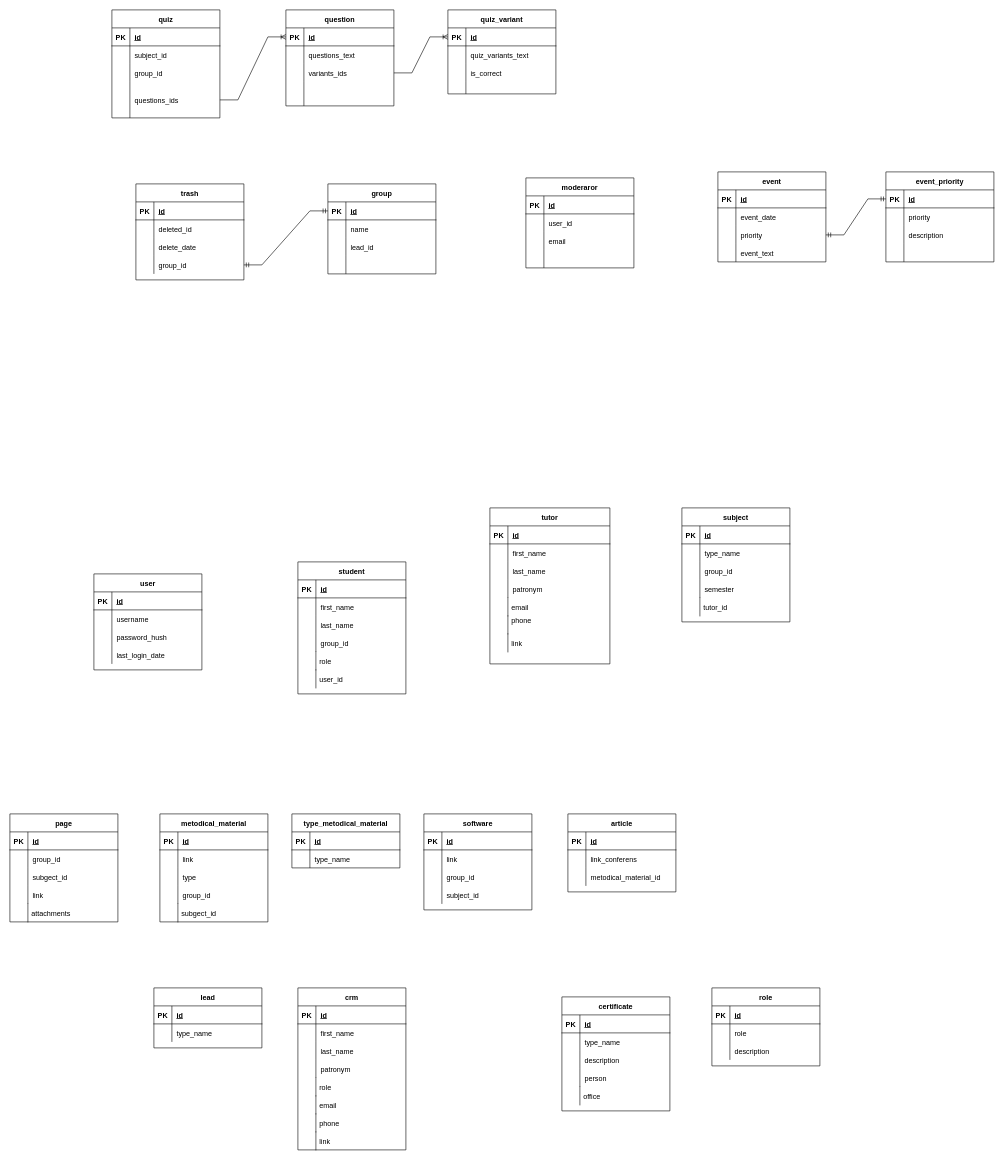
student-archive/backend keeps this draw.io diagram as Untitled Diagram.drawio. Above is the earlier version. Source tidied: cells renumbered, new cells numbered last; positions are measured from the earlier drawing's top-left corner, leaving out a move shared by most shapes. Both pictures are drawn from the tidied source at 60%, with x=0, y=0 at pixel (10, 10).
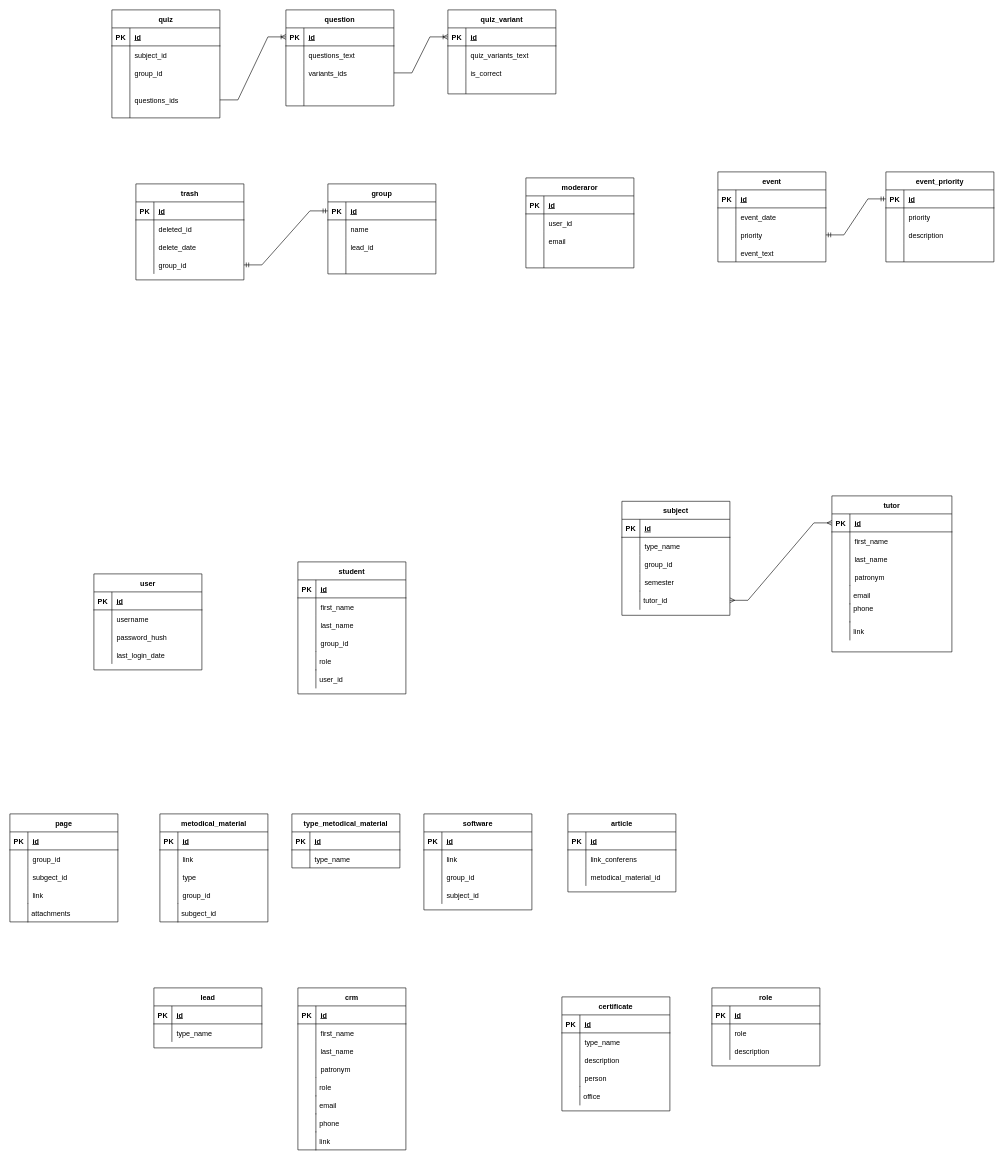
Above is the later version.

Commit message:
feat(databases): add relationships b/w tutor and subject

The change refers to these unchanged cells:
```xml
<mxCell id="262" style="shape=tableRow;horizontal=0;startSize=0;swimlaneHead=0;swimlaneBody=0;fillColor=none;points=[[0,0.5],[1,0.5]];portConstraint=eastwest;top=0;left=0;right=0;bottom=1;" parent="261" vertex="1">
  <mxGeometry y="30" width="200" height="30" as="geometry" />
</mxCell>
```

Diff of the diagram source:
```diff
@@
     <mxCell id="222" style="group;" parent="1" vertex="1">
-      <mxGeometry x="1120" y="830" width="180" height="190" as="geometry" />
+      <mxGeometry x="1020" y="819" width="180" height="190" as="geometry" />
     </mxCell>
@@
     <mxCell id="236" value="tutor_id" style="shape=partialRectangle;fillColor=none;align=left;verticalAlign=middle;strokeColor=none;spacingLeft=34;points=[[0,0.5],[1,0.5]];portConstraint=eastwest;" parent="222" vertex="1">
-      <mxGeometry y="150" width="90" height="30" as="geometry" />
+      <mxGeometry y="150" width="180" height="30" as="geometry" />
     </mxCell>
@@
     <mxCell id="254" style="group;" parent="1" vertex="1">
-      <mxGeometry x="800" y="830" width="200" height="260" as="geometry" />
+      <mxGeometry x="1370" y="810" width="200" height="260" as="geometry" />
     </mxCell>
@@
+    <mxCell id="297" style="edgeStyle=entityRelationEdgeStyle;fontSize=12;html=1;endArrow=ERmany;startArrow=ERmany;rounded=0;entryX=0;entryY=0.5;entryDx=0;entryDy=0;exitX=1;exitY=0.5;exitDx=0;exitDy=0;" parent="1" edge="1" source="236" target="262">
+      <mxGeometry relative="1" as="geometry" />
+    </mxCell>
```
